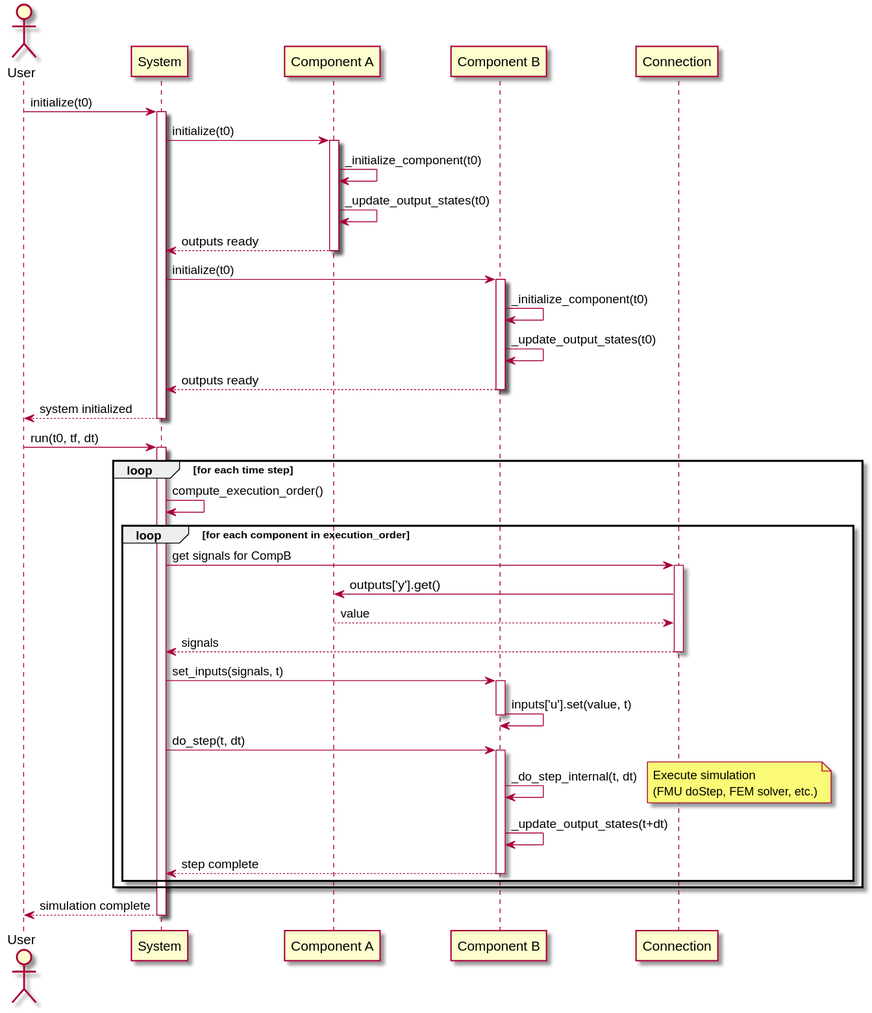
FlorianFrech/SystemSimulation keeps this PlantUML diagram as docs/diagrams/out/SysSimX_Execution.svg. Above is the earlier version.
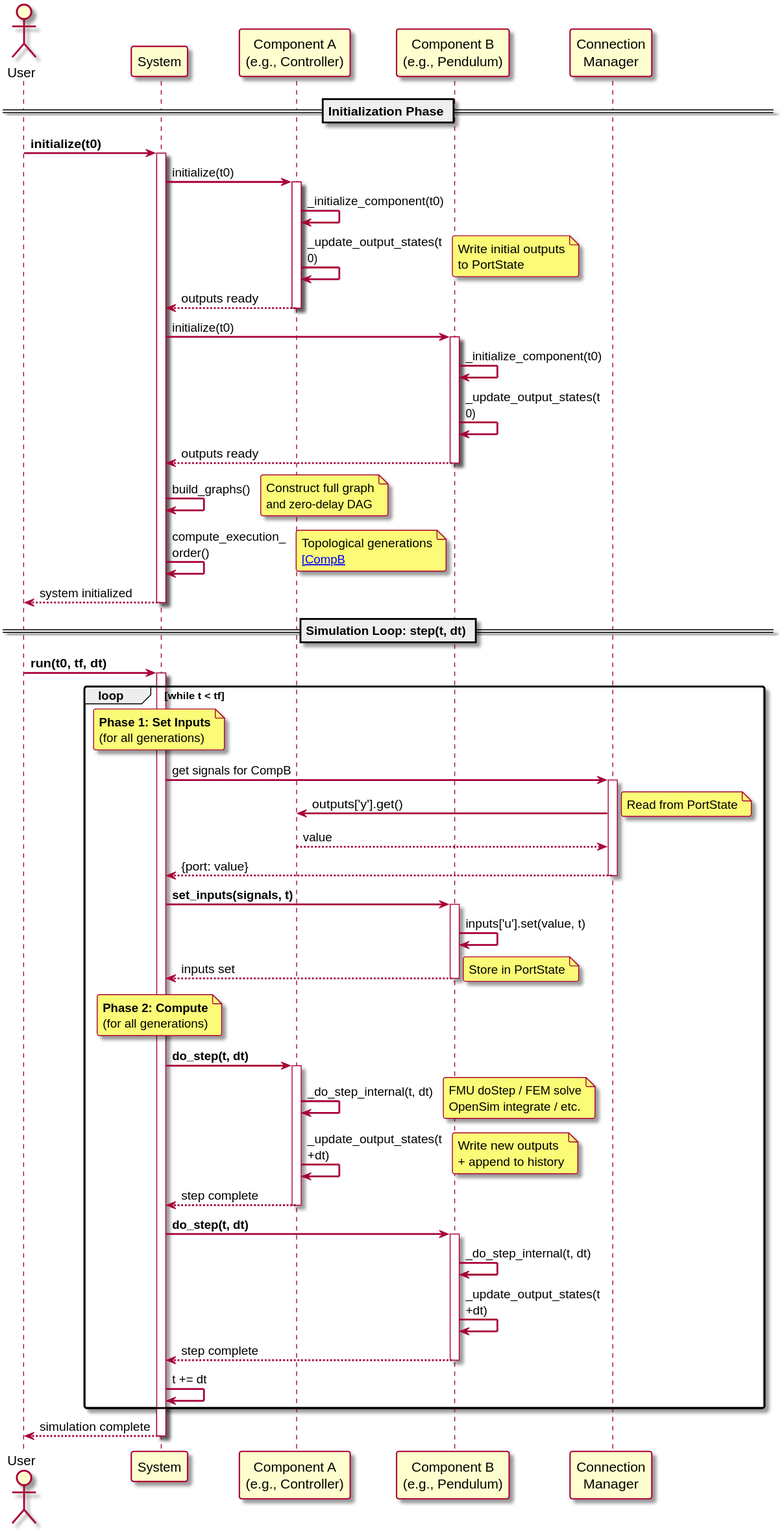
Later version of the same file.

Change to the diagram source:
```diff
@@ -1,18 +1,27 @@
 @startuml SysSimX_Execution
 
+skinparam backgroundColor white
+skinparam sequenceArrowThickness 2
+skinparam roundcorner 5
+skinparam maxMessageSize 150
+
 actor User
-participant System
-participant "Component A" as CompA
-participant "Component B" as CompB
-participant Connection
+participant "System" as System
+participant "Component A\n(e.g., Controller)" as CompA
+participant "Component B\n(e.g., Pendulum)" as CompB
+participant "Connection\nManager" as Connection
 
-User -> System: initialize(t0)
+
+== Initialization Phase ==
+
+User -> System: **initialize(t0)**
 activate System
 
 System -> CompA: initialize(t0)
 activate CompA
 CompA -> CompA: _initialize_component(t0)
 CompA -> CompA: _update_output_states(t0)
+note right: Write initial outputs\nto PortState
 CompA --> System: outputs ready
 deactivate CompA
 
@@ -23,39 +32,57 @@
 CompB --> System: outputs ready
 deactivate CompB
 
+System -> System: build_graphs()
+note right: Construct full graph\nand zero-delay DAG
+System -> System: compute_execution_order()
+note right: Topological generations\n[[CompA], [CompB]]
+
 System --> User: system initialized
 deactivate System
 
-User -> System: run(t0, tf, dt)
+== Simulation Loop: step(t, dt) ==
+
+User -> System: **run(t0, tf, dt)**
 activate System
 
-loop for each time step
+loop while t < tf
 
-    System -> System: compute_execution_order()
+    note over System: **Phase 1: Set Inputs**\n(for all generations)
 
-    loop for each component in execution_order
+    System -> Connection: get signals for CompB
+    activate Connection
+    Connection -> CompA: outputs['y'].get()
+    note right: Read from PortState
+    CompA --> Connection: value
+    Connection --> System: {port: value}
+    deactivate Connection
 
-        System -> Connection: get signals for CompB
-        activate Connection
-        Connection -> CompA: outputs['y'].get()
-        CompA --> Connection: value
-        Connection --> System: signals
-        deactivate Connection
+    System -> CompB: **set_inputs(signals, t)**
+    activate CompB
+    CompB -> CompB: inputs['u'].set(value, t)
+    CompB --> System: inputs set
+    note right: Store in PortState
+    deactivate CompB
 
-        System -> CompB: set_inputs(signals, t)
-        activate CompB
-        CompB -> CompB: inputs['u'].set(value, t)
-        deactivate CompB
+    note over System: **Phase 2: Compute**\n(for all generations)
 
-        System -> CompB: do_step(t, dt)
-        activate CompB
-        CompB -> CompB: _do_step_internal(t, dt)
-        note right: Execute simulation\n(FMU doStep, FEM solver, etc.)
-        CompB -> CompB: _update_output_states(t+dt)
-        CompB --> System: step complete
-        deactivate CompB
+    System -> CompA: **do_step(t, dt)**
+    activate CompA
+    CompA -> CompA: _do_step_internal(t, dt)
+    note right: FMU doStep / FEM solve\nOpenSim integrate / etc.
+    CompA -> CompA: _update_output_states(t+dt)
+    note right: Write new outputs\n+ append to history
+    CompA --> System: step complete
+    deactivate CompA
 
-    end
+    System -> CompB: **do_step(t, dt)**
+    activate CompB
+    CompB -> CompB: _do_step_internal(t, dt)
+    CompB -> CompB: _update_output_states(t+dt)
+    CompB --> System: step complete
+    deactivate CompB
+
+    System -> System: t += dt
 
 end
 
```
